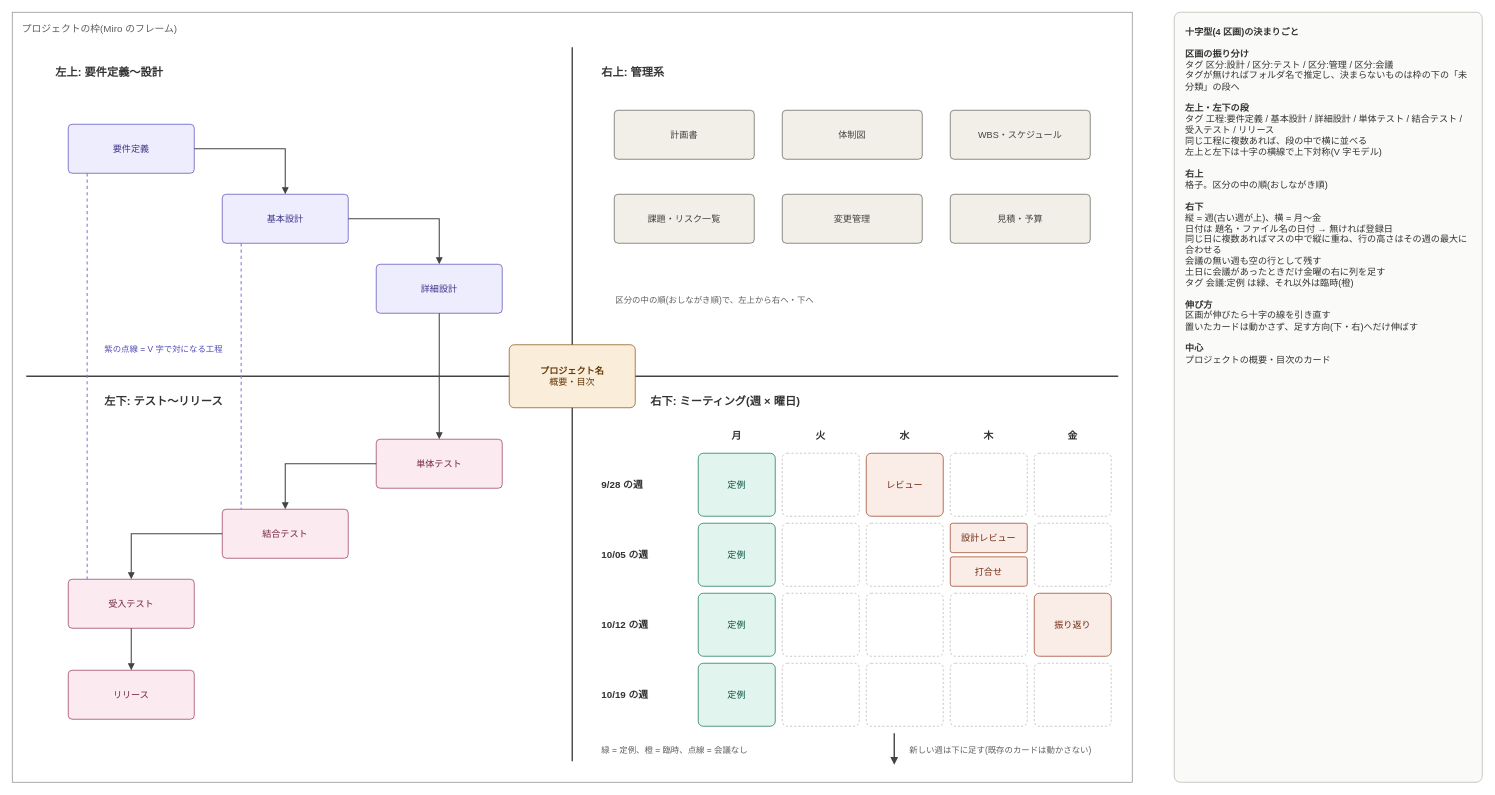
Earlier version of the draw.io diagram page "採用: 十字型(4区画)" (4 of 12) of docs/miro-layouts/miro-layouts.drawio (EARCE9000/document-manager). Source tidied: cells renumbered, new cells numbered last; positions are measured from the earlier drawing's top-left corner, leaving out a move shared by most shapes. Both pictures are drawn from the tidied source at 70%, with x=0, y=0 at pixel (12, 12).
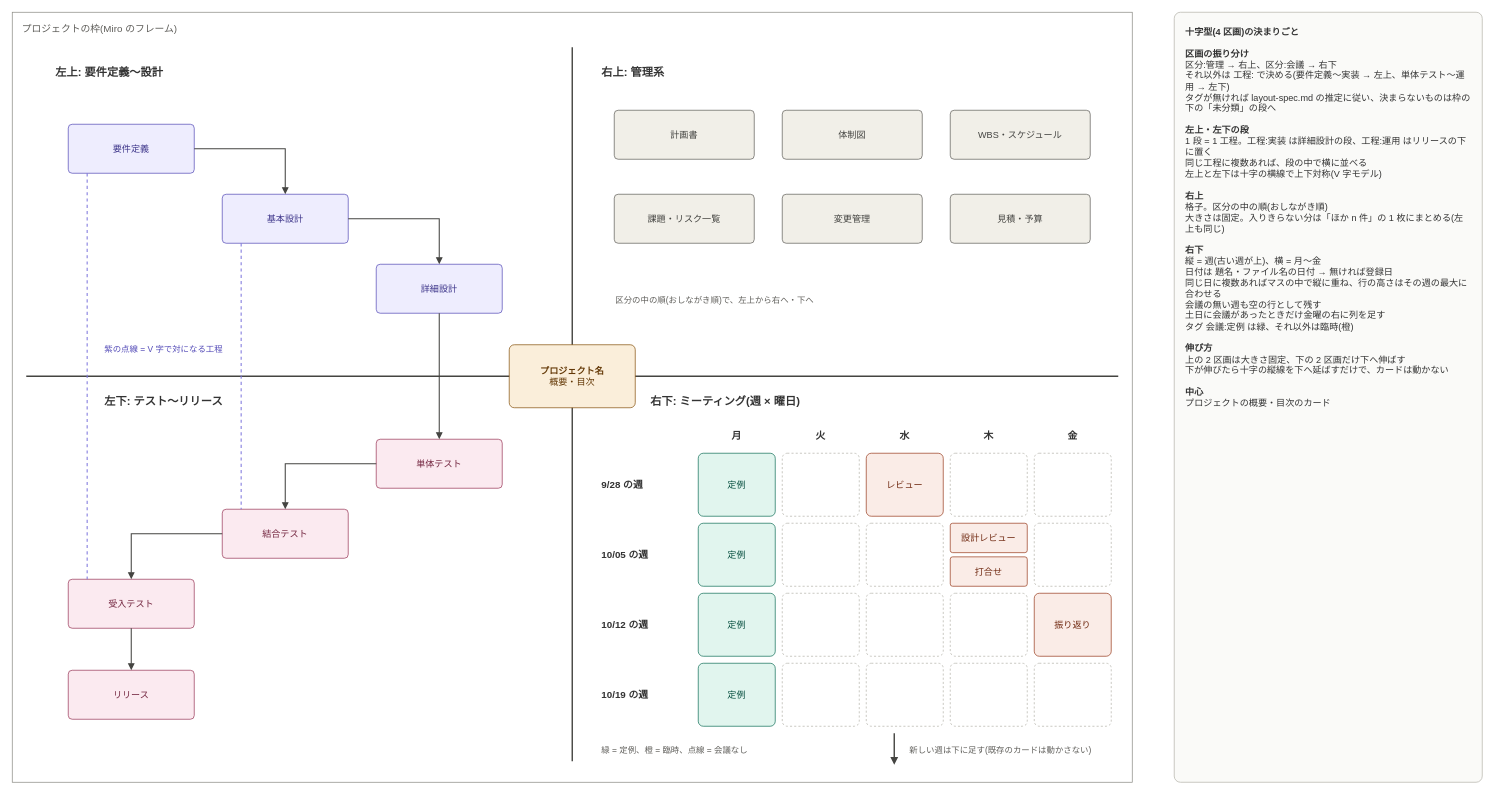
The same diagram, later.

Diff of the diagram source:
```diff
@@
-    <mxCell id="66" value="&lt;b&gt;十字型(4 区画)の決まりごと&lt;/b&gt;&lt;br&gt;&lt;br&gt;&lt;b&gt;区画の振り分け&lt;/b&gt;&lt;br&gt;タグ 区分:設計 / 区分:テスト / 区分:管理 / 区分:会議&lt;br&gt;タグが無ければフォルダ名で推定し、決まらないものは枠の下の「未分類」の段へ&lt;br&gt;&lt;br&gt;&lt;b&gt;左上・左下の段&lt;/b&gt;&lt;br&gt;タグ 工程:要件定義 / 基本設計 / 詳細設計 / 単体テスト / 結合テスト / 受入テスト / リリース&lt;br&gt;同じ工程に複数あれば、段の中で横に並べる&lt;br&gt;左上と左下は十字の横線で上下対称(V 字モデル)&lt;br&gt;&lt;br&gt;&lt;b&gt;右上&lt;/b&gt;&lt;br&gt;格子。区分の中の順(おしながき順)&lt;br&gt;&lt;br&gt;&lt;b&gt;右下&lt;/b&gt;&lt;br&gt;縦 = 週(古い週が上)、横 = 月〜金&lt;br&gt;日付は 題名・ファイル名の日付 → 無ければ登録日&lt;br&gt;同じ日に複数あればマスの中で縦に重ね、行の高さはその週の最大に合わせる&lt;br&gt;会議の無い週も空の行として残す&lt;br&gt;土日に会議があったときだけ金曜の右に列を足す&lt;br&gt;タグ 会議:定例 は緑、それ以外は臨時(橙)&lt;br&gt;&lt;br&gt;&lt;b&gt;伸び方&lt;/b&gt;&lt;br&gt;区画が伸びたら十字の線を引き直す&lt;br&gt;置いたカードは動かさず、足す方向(下・右)へだけ伸ばす&lt;br&gt;&lt;br&gt;&lt;b&gt;中心&lt;/b&gt;&lt;br&gt;プロジェクトの概要・目次のカード" style="rounded=1;arcSize=2;whiteSpace=wrap;html=1;align=left;verticalAlign=top;spacing=16;fillColor=#FAFAF8;strokeColor=#B4B2A9;fontSize=13;fontColor=#333333;" parent="1" vertex="1">
+    <mxCell id="66" value="&lt;b&gt;十字型(4 区画)の決まりごと&lt;/b&gt;&lt;br&gt;&lt;br&gt;&lt;b&gt;区画の振り分け&lt;/b&gt;&lt;br&gt;区分:管理 → 右上、区分:会議 → 右下&lt;br&gt;それ以外は 工程: で決める(要件定義〜実装 → 左上、単体テスト〜運用 → 左下)&lt;br&gt;タグが無ければ layout-spec.md の推定に従い、決まらないものは枠の下の「未分類」の段へ&lt;br&gt;&lt;br&gt;&lt;b&gt;左上・左下の段&lt;/b&gt;&lt;br&gt;1 段 = 1 工程。工程:実装 は詳細設計の段、工程:運用 はリリースの下に置く&lt;br&gt;同じ工程に複数あれば、段の中で横に並べる&lt;br&gt;左上と左下は十字の横線で上下対称(V 字モデル)&lt;br&gt;&lt;br&gt;&lt;b&gt;右上&lt;/b&gt;&lt;br&gt;格子。区分の中の順(おしながき順)&lt;br&gt;大きさは固定。入りきらない分は「ほか n 件」の 1 枚にまとめる(左上も同じ)&lt;br&gt;&lt;br&gt;&lt;b&gt;右下&lt;/b&gt;&lt;br&gt;縦 = 週(古い週が上)、横 = 月〜金&lt;br&gt;日付は 題名・ファイル名の日付 → 無ければ登録日&lt;br&gt;同じ日に複数あればマスの中で縦に重ね、行の高さはその週の最大に合わせる&lt;br&gt;会議の無い週も空の行として残す&lt;br&gt;土日に会議があったときだけ金曜の右に列を足す&lt;br&gt;タグ 会議:定例 は緑、それ以外は臨時(橙)&lt;br&gt;&lt;br&gt;&lt;b&gt;伸び方&lt;/b&gt;&lt;br&gt;上の 2 区画は大きさ固定、下の 2 区画だけ下へ伸ばす&lt;br&gt;下が伸びたら十字の縦線を下へ延ばすだけで、カードは動かない&lt;br&gt;&lt;br&gt;&lt;b&gt;中心&lt;/b&gt;&lt;br&gt;プロジェクトの概要・目次のカード" style="rounded=1;arcSize=2;whiteSpace=wrap;html=1;align=left;verticalAlign=top;spacing=16;fillColor=#FAFAF8;strokeColor=#B4B2A9;fontSize=13;fontColor=#333333;" parent="1" vertex="1">
       <mxGeometry x="1660" width="440" height="1100" as="geometry" />
     </mxCell>
```
